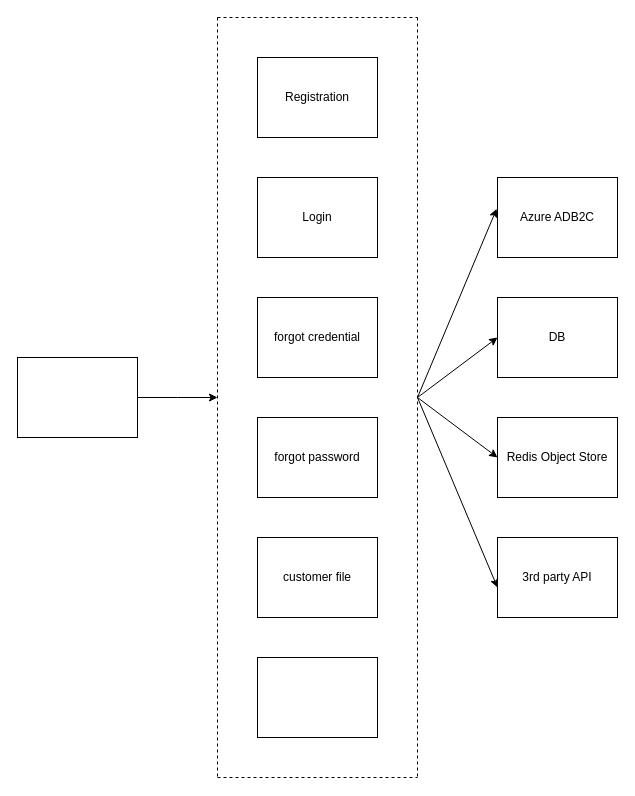
busugu2018/muleCustomerOnboarding keeps this draw.io diagram as customerOnboardingFlowDiagram.drawio. Above is the earlier version. Source tidied: cells renumbered, new cells numbered last; positions are measured from the earlier drawing's top-left corner, leaving out a move shared by most shapes. Both pictures are drawn from the tidied source at 100%, with x=0, y=0 at pixel (17, 17).
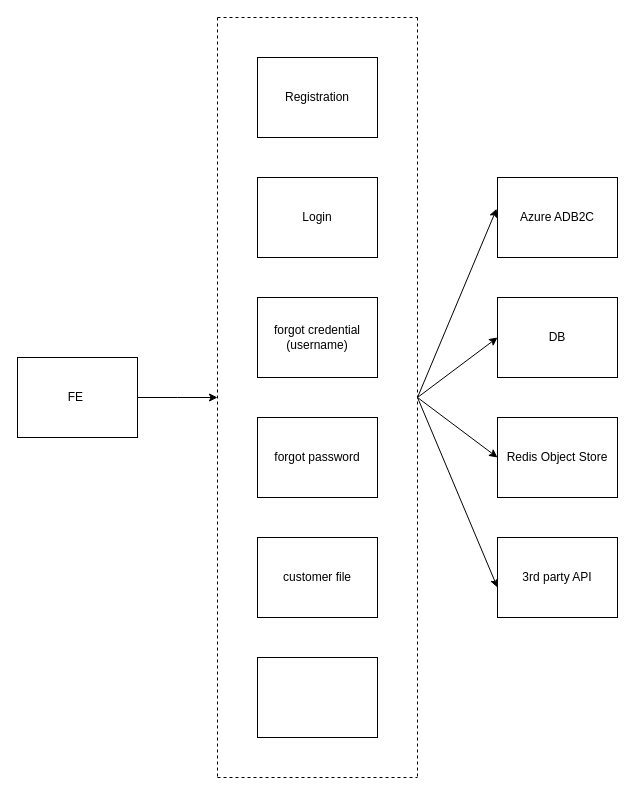
The same page after the edit.

The edit, as a diff of the source:
```diff
@@
-    <mxCell id="2" value="forgot credential" style="rounded=0;whiteSpace=wrap;html=1;" parent="1" vertex="1">
+    <mxCell id="2" value="forgot credential (username)" style="rounded=0;whiteSpace=wrap;html=1;" parent="1" vertex="1">
       <mxGeometry x="240" y="280" width="120" height="80" as="geometry" />
     </mxCell>
@@
-    <mxCell id="4" style="rounded=0;whiteSpace=wrap;html=1;" parent="1" vertex="1">
+    <mxCell id="4" value="FE&amp;nbsp;" style="rounded=0;whiteSpace=wrap;html=1;" parent="1" vertex="1">
       <mxGeometry y="340" width="120" height="80" as="geometry" />
     </mxCell>
```
